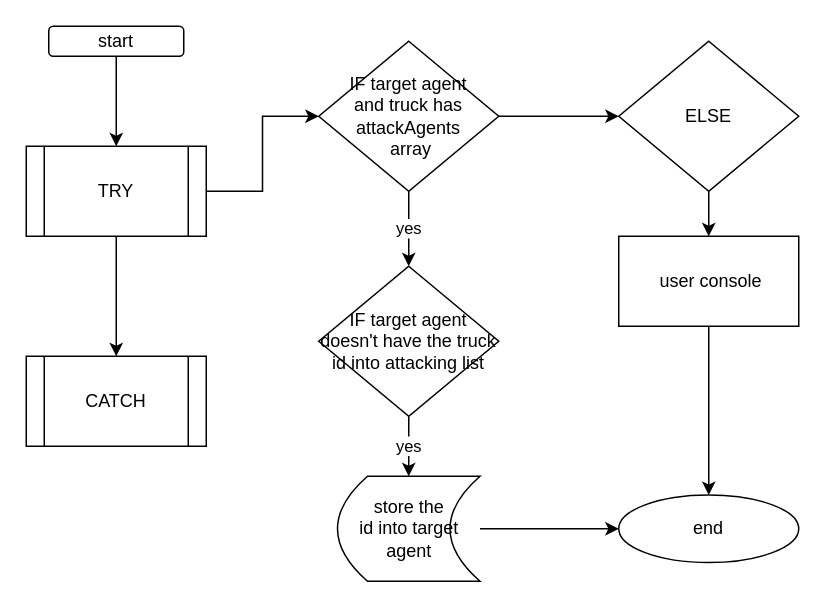
Above: tower/addAttackingAgentId.drawio in sivagit/diagrams (draw.io), before the change. Source tidied: cells renumbered, new cells numbered last; positions are measured from the earlier drawing's top-left corner, leaving out a move shared by most shapes. Both pictures are drawn from the tidied source at 150%, with x=0, y=0 at pixel (26, 26).
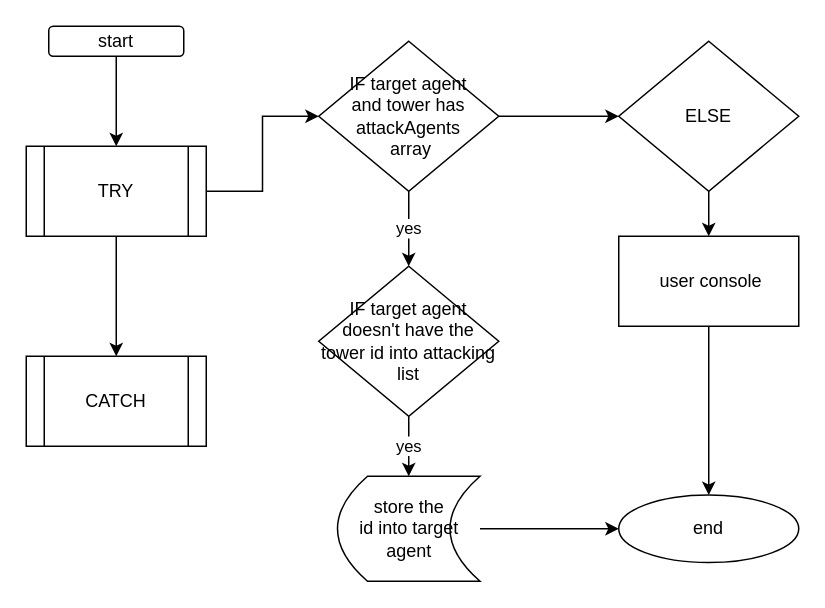
The same diagram, later.

Diff of the diagram source:
```diff
@@
 <mxGraphModel>
   <root>
     <mxCell id="0" />
     <mxCell id="1" parent="0" />
     <mxCell id="2" style="edgeStyle=orthogonalEdgeStyle;rounded=0;jettySize=auto;html=1;" parent="1" edge="1" source="3" target="6">
       <mxGeometry relative="1" as="geometry" />
     </mxCell>
     <mxCell id="3" value="start" style="rounded=1;whiteSpace=wrap;html=1;" parent="1" vertex="1">
       <mxGeometry x="15" width="90" height="20" as="geometry" />
     </mxCell>
     <mxCell id="4" style="edgeStyle=orthogonalEdgeStyle;rounded=0;jettySize=auto;html=1;" parent="1" edge="1" source="6" target="7">
       <mxGeometry relative="1" as="geometry" />
     </mxCell>
     <mxCell id="5" style="edgeStyle=orthogonalEdgeStyle;rounded=0;jettySize=auto;html=1;" parent="1" edge="1" source="6" target="10">
       <mxGeometry relative="1" as="geometry" />
     </mxCell>
     <mxCell id="6" value="TRY" style="shape=process;whiteSpace=wrap;html=1;backgroundOutline=1;" parent="1" vertex="1">
       <mxGeometry y="80" width="120" height="60" as="geometry" />
     </mxCell>
     <mxCell id="7" value="CATCH" style="shape=process;whiteSpace=wrap;html=1;backgroundOutline=1;" parent="1" vertex="1">
       <mxGeometry y="220" width="120" height="60" as="geometry" />
     </mxCell>
     <mxCell id="8" value="yes" style="edgeStyle=orthogonalEdgeStyle;rounded=0;jettySize=auto;html=1;" parent="1" edge="1" source="10" target="12">
       <mxGeometry relative="1" as="geometry" />
     </mxCell>
     <mxCell id="9" style="edgeStyle=orthogonalEdgeStyle;rounded=0;jettySize=auto;html=1;" parent="1" edge="1" source="10" target="16">
       <mxGeometry relative="1" as="geometry" />
     </mxCell>
-    <mxCell id="10" value="IF target agent &lt;br&gt;and truck has attackAgents&lt;br&gt;&amp;nbsp;array" style="rhombus;whiteSpace=wrap;html=1;" parent="1" vertex="1">
+    <mxCell id="10" value="IF target agent &lt;br&gt;and tower has attackAgents&lt;br&gt;&amp;nbsp;array" style="rhombus;whiteSpace=wrap;html=1;" parent="1" vertex="1">
       <mxGeometry x="195" y="10" width="120" height="100" as="geometry" />
     </mxCell>
     <mxCell id="11" value="yes" style="edgeStyle=orthogonalEdgeStyle;rounded=0;jettySize=auto;html=1;" parent="1" edge="1" source="12" target="14">
       <mxGeometry relative="1" as="geometry" />
     </mxCell>
-    <mxCell id="12" value="IF target agent doesn't have the truck id into attacking list" style="rhombus;whiteSpace=wrap;html=1;" parent="1" vertex="1">
+    <mxCell id="12" value="IF target agent doesn't have the tower id into attacking list" style="rhombus;whiteSpace=wrap;html=1;" parent="1" vertex="1">
       <mxGeometry x="195" y="160" width="120" height="100" as="geometry" />
     </mxCell>
     <mxCell id="13" style="edgeStyle=orthogonalEdgeStyle;rounded=0;jettySize=auto;html=1;" parent="1" edge="1" source="14" target="19">
       <mxGeometry relative="1" as="geometry" />
     </mxCell>
     <mxCell id="14" value="store the &lt;br&gt;id into target agent" style="shape=dataStorage;whiteSpace=wrap;html=1;fixedSize=1;" parent="1" vertex="1">
       <mxGeometry x="207.5" y="300" width="95" height="70" as="geometry" />
     </mxCell>
     <mxCell id="15" style="edgeStyle=orthogonalEdgeStyle;rounded=0;jettySize=auto;html=1;" parent="1" edge="1" source="16" target="18">
       <mxGeometry relative="1" as="geometry" />
     </mxCell>
     <mxCell id="16" value="ELSE" style="rhombus;whiteSpace=wrap;html=1;" parent="1" vertex="1">
       <mxGeometry x="395" y="10" width="120" height="100" as="geometry" />
     </mxCell>
     <mxCell id="17" style="edgeStyle=orthogonalEdgeStyle;rounded=0;jettySize=auto;html=1;" parent="1" edge="1" source="18" target="19">
       <mxGeometry relative="1" as="geometry" />
     </mxCell>
     <mxCell id="18" value="&lt;span style=&quot;white-space: pre&quot;&gt; &lt;/span&gt;user console" style="rounded=0;whiteSpace=wrap;html=1;" parent="1" vertex="1">
       <mxGeometry x="395" y="140" width="120" height="60" as="geometry" />
     </mxCell>
     <mxCell id="19" value="end" style="ellipse;whiteSpace=wrap;html=1;" parent="1" vertex="1">
       <mxGeometry x="395" y="312.5" width="120" height="45" as="geometry" />
     </mxCell>
   </root>
 </mxGraphModel>
```
